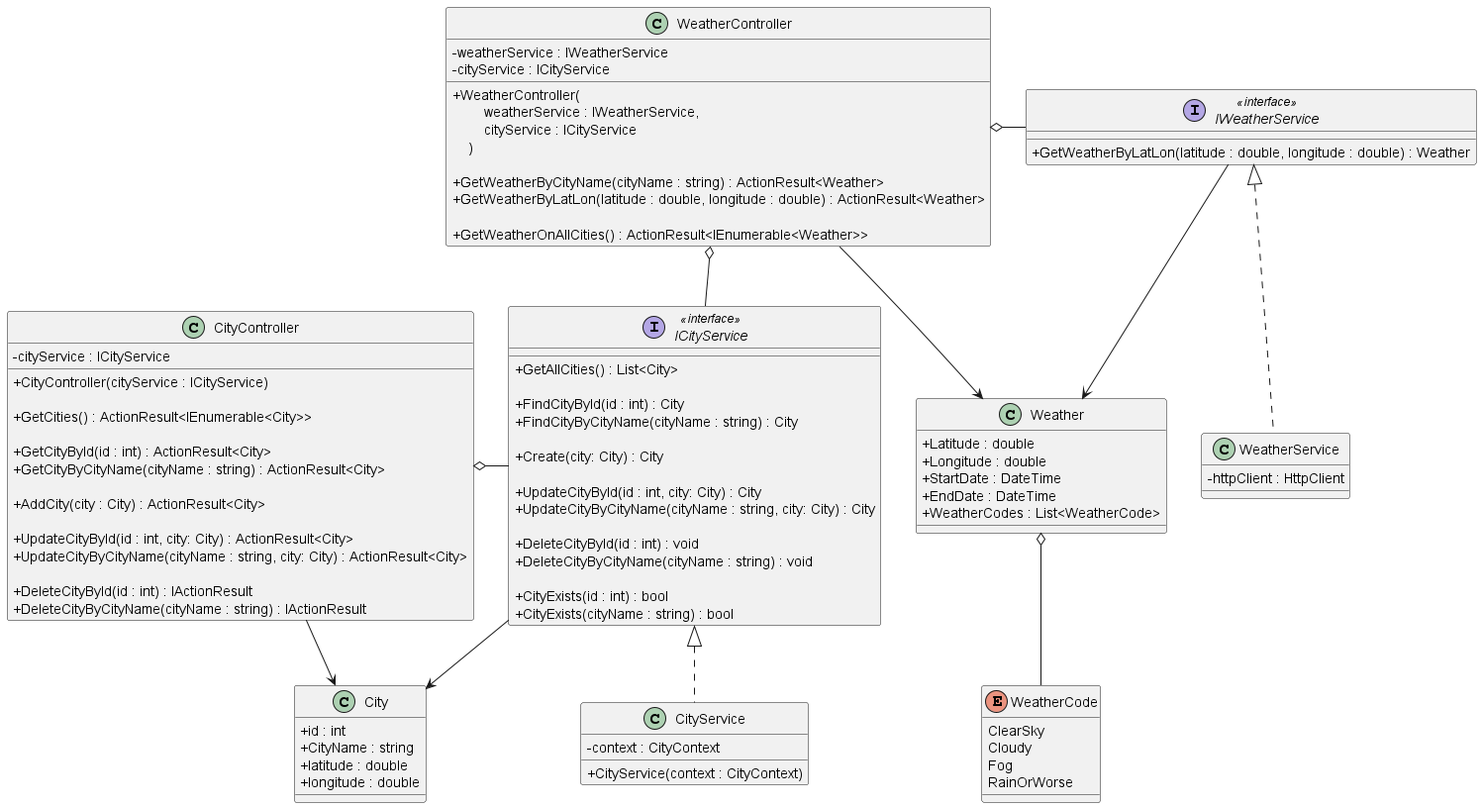
Before: diagrams/UML/WeatherAPI.png, a diagram exported from PlantUML (vkammili5/weather-api). Source of this version:
```plantuml
@startuml "WeatherAPI"
skinparam ClassAttributeIconSize 0

class CityController {
    - cityService : ICityService

    + CityController(cityService : ICityService)

    + GetCities() : ActionResult<IEnumerable<City>>

    + GetCityById(id : int) : ActionResult<City>
    + GetCityByCityName(cityName : string) : ActionResult<City>

    + AddCity(city : City) : ActionResult<City>

    + UpdateCityById(id : int, city: City) : ActionResult<City>
    + UpdateCityByCityName(cityName : string, city: City) : ActionResult<City>

    + DeleteCityById(id : int) : IActionResult
    + DeleteCityByCityName(cityName : string) : IActionResult
}

interface ICityService <<interface>> {
    + GetAllCities() : List<City>

    + FindCityById(id : int) : City
    + FindCityByCityName(cityName : string) : City

    + Create(city: City) : City

    + UpdateCityById(id : int, city: City) : City
    + UpdateCityByCityName(cityName : string, city: City) : City

    + DeleteCityById(id : int) : void
    + DeleteCityByCityName(cityName : string) : void

    + CityExists(id : int) : bool
    + CityExists(cityName : string) : bool
}

class CityService {
    - context : CityContext

    + CityService(context : CityContext)
}

class City {
    + id : int
    + CityName : string
    + latitude : double
    + longitude : double
}

class WeatherController {
    - weatherService : IWeatherService
    - cityService : ICityService

    + WeatherController(\n        weatherService : IWeatherService,\n        cityService : ICityService\n    )

    + GetWeatherByCityName(cityName : string) : ActionResult<Weather>
    + GetWeatherByLatLon(latitude : double, longitude : double) : ActionResult<Weather>

    + GetWeatherOnAllCities() : ActionResult<IEnumerable<Weather>>
}

interface IWeatherService <<interface>> {
    + GetWeatherByLatLon(latitude : double, longitude : double) : Weather
}

class WeatherService {
    - httpClient : HttpClient
}

class Weather {
    + Latitude : double
    + Longitude : double
    + StartDate : DateTime
    + EndDate : DateTime
    + WeatherCodes : List<WeatherCode>
}

Enum WeatherCode {
    ClearSky
    Cloudy
    Fog
    RainOrWorse
}

CityController o- ICityService
ICityService <|.. CityService

CityController --> City
ICityService --> City

WeatherController o- IWeatherService
WeatherController o-- ICityService

IWeatherService <|.. WeatherService

WeatherController --> Weather
IWeatherService --> Weather

Weather o-- WeatherCode

@enduml
```
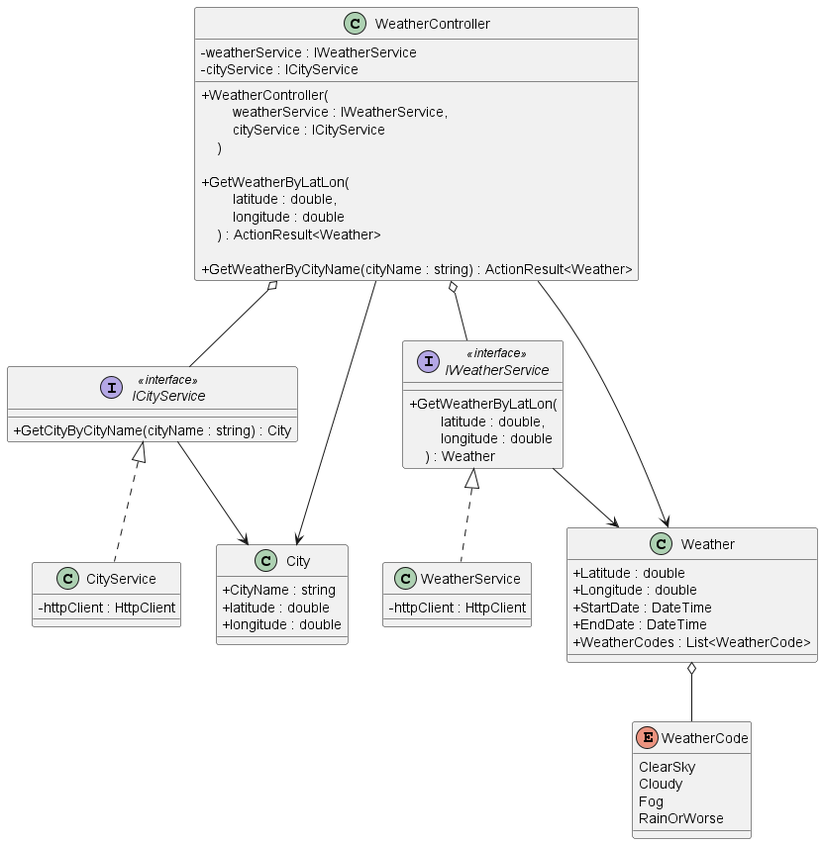
The same file after the commit.

Commit message:
remove cityController class

Change to the diagram source:
```diff
@@ -1,51 +1,15 @@
 @startuml "WeatherAPI"
 skinparam ClassAttributeIconSize 0
 
-class CityController {
-    - cityService : ICityService
-
-    + CityController(cityService : ICityService)
-
-    + GetCities() : ActionResult<IEnumerable<City>>
-
-    + GetCityById(id : int) : ActionResult<City>
-    + GetCityByCityName(cityName : string) : ActionResult<City>
-
-    + AddCity(city : City) : ActionResult<City>
-
-    + UpdateCityById(id : int, city: City) : ActionResult<City>
-    + UpdateCityByCityName(cityName : string, city: City) : ActionResult<City>
-
-    + DeleteCityById(id : int) : IActionResult
-    + DeleteCityByCityName(cityName : string) : IActionResult
-}
-
 interface ICityService <<interface>> {
-    + GetAllCities() : List<City>
-
-    + FindCityById(id : int) : City
-    + FindCityByCityName(cityName : string) : City
-
-    + Create(city: City) : City
-
-    + UpdateCityById(id : int, city: City) : City
-    + UpdateCityByCityName(cityName : string, city: City) : City
-
-    + DeleteCityById(id : int) : void
-    + DeleteCityByCityName(cityName : string) : void
-
-    + CityExists(id : int) : bool
-    + CityExists(cityName : string) : bool
+    + GetCityByCityName(cityName : string) : City
 }
 
 class CityService {
-    - context : CityContext
-
-    + CityService(context : CityContext)
+    - httpClient : HttpClient
 }
 
 class City {
-    + id : int
     + CityName : string
     + latitude : double
     + longitude : double
@@ -57,14 +21,13 @@
 
     + WeatherController(\n        weatherService : IWeatherService,\n        cityService : ICityService\n    )
 
+    + GetWeatherByLatLon(\n        latitude : double, \n        longitude : double\n    ) : ActionResult<Weather>
+
     + GetWeatherByCityName(cityName : string) : ActionResult<Weather>
-    + GetWeatherByLatLon(latitude : double, longitude : double) : ActionResult<Weather>
-
-    + GetWeatherOnAllCities() : ActionResult<IEnumerable<Weather>>
 }
 
 interface IWeatherService <<interface>> {
-    + GetWeatherByLatLon(latitude : double, longitude : double) : Weather
+    + GetWeatherByLatLon(\n        latitude : double, \n        longitude : double\n    ) : Weather
 }
 
 class WeatherService {
@@ -86,13 +49,11 @@
     RainOrWorse
 }
 
-CityController o- ICityService
 ICityService <|.. CityService
+ICityService --> City
+WeatherController --> City
 
-CityController --> City
-ICityService --> City
-
-WeatherController o- IWeatherService
+WeatherController o-- IWeatherService
 WeatherController o-- ICityService
 
 IWeatherService <|.. WeatherService
```
